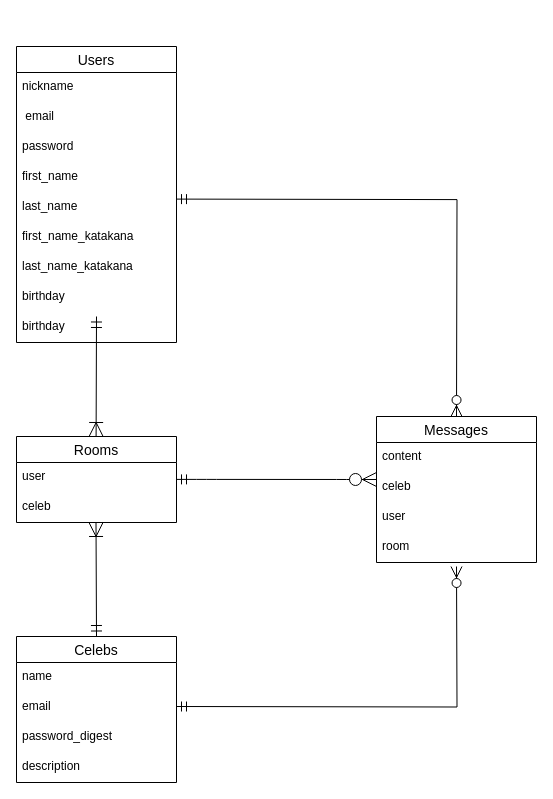
soma1999/myapp keeps this draw.io diagram as test.dio. Above is the earlier version. Source tidied: cells renumbered, new cells numbered last; positions are measured from the earlier drawing's top-left corner, leaving out a move shared by most shapes. Both pictures are drawn from the tidied source at 100%, with x=0, y=0 at pixel (16, 46).
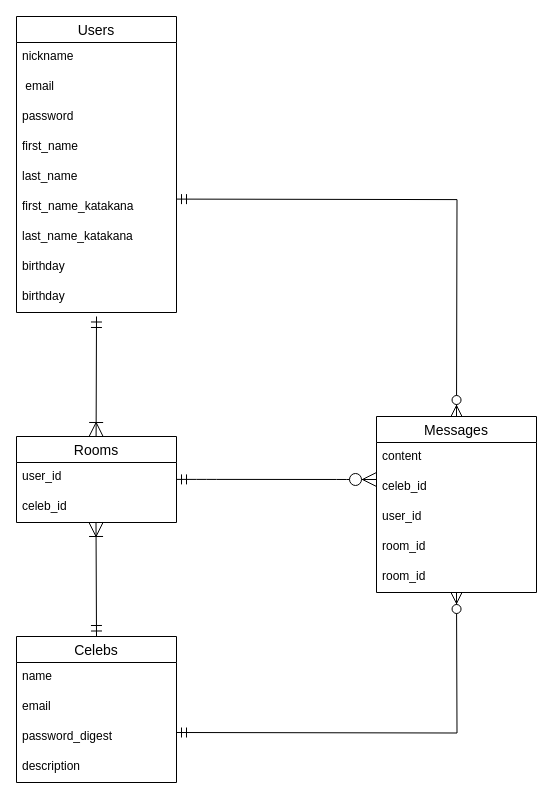
The same page after the edit.

Unchanged cells that the change refers to:
```xml
<mxCell id="2" value="Rooms" style="swimlane;fontStyle=0;horizontal=1;startSize=26;align=center;fontSize=14;" parent="1" vertex="1">
  <mxGeometry y="390" width="160" height="86" as="geometry" />
</mxCell>
```

Diff of the diagram source:
```diff
@@
-    <mxCell id="3" value="user" style="text;strokeColor=none;fillColor=none;spacingLeft=4;spacingRight=4;overflow=hidden;fontSize=12;" parent="2" vertex="1">
+    <mxCell id="3" value="user_id" style="text;strokeColor=none;fillColor=none;spacingLeft=4;spacingRight=4;overflow=hidden;fontSize=12;" parent="2" vertex="1">
       <mxGeometry y="26" width="160" height="30" as="geometry" />
     </mxCell>
-    <mxCell id="4" value="celeb" style="text;strokeColor=none;fillColor=none;spacingLeft=4;spacingRight=4;overflow=hidden;fontSize=12;" parent="2" vertex="1">
+    <mxCell id="4" value="celeb_id" style="text;strokeColor=none;fillColor=none;spacingLeft=4;spacingRight=4;overflow=hidden;fontSize=12;" parent="2" vertex="1">
       <mxGeometry y="56" width="160" height="30" as="geometry" />
     </mxCell>
     <mxCell id="5" value="Users" style="swimlane;fontStyle=0;horizontal=1;startSize=26;align=center;fontSize=14;" parent="1" vertex="1">
-      <mxGeometry width="160" height="296" as="geometry" />
+      <mxGeometry y="-30" width="160" height="296" as="geometry" />
     </mxCell>
@@
     <mxCell id="16" value="Messages" style="swimlane;fontStyle=0;horizontal=1;startSize=26;align=center;fontSize=14;" parent="1" vertex="1">
-      <mxGeometry x="360" y="370" width="160" height="146" as="geometry" />
+      <mxGeometry x="360" y="370" width="160" height="176" as="geometry" />
     </mxCell>
@@
-    <mxCell id="18" value="celeb" style="text;strokeColor=none;fillColor=none;spacingLeft=4;spacingRight=4;overflow=hidden;points=[[0,0.5],[1,0.5]];portConstraint=eastwest;fontSize=12;" parent="16" vertex="1">
+    <mxCell id="18" value="celeb_id" style="text;strokeColor=none;fillColor=none;spacingLeft=4;spacingRight=4;overflow=hidden;points=[[0,0.5],[1,0.5]];portConstraint=eastwest;fontSize=12;" parent="16" vertex="1">
       <mxGeometry y="56" width="160" height="30" as="geometry" />
     </mxCell>
-    <mxCell id="19" value="user" style="text;strokeColor=none;fillColor=none;spacingLeft=4;spacingRight=4;overflow=hidden;fontSize=12;" parent="16" vertex="1">
+    <mxCell id="19" value="user_id" style="text;strokeColor=none;fillColor=none;spacingLeft=4;spacingRight=4;overflow=hidden;fontSize=12;" parent="16" vertex="1">
       <mxGeometry y="86" width="160" height="30" as="geometry" />
     </mxCell>
-    <mxCell id="20" value="room" style="text;strokeColor=none;fillColor=none;spacingLeft=4;spacingRight=4;overflow=hidden;fontSize=12;" parent="16" vertex="1">
+    <mxCell id="20" value="room_id" style="text;strokeColor=none;fillColor=none;spacingLeft=4;spacingRight=4;overflow=hidden;fontSize=12;" parent="16" vertex="1">
       <mxGeometry y="116" width="160" height="30" as="geometry" />
     </mxCell>
+    <mxCell id="31" value="room_id" style="text;strokeColor=none;fillColor=none;spacingLeft=4;spacingRight=4;overflow=hidden;fontSize=12;" parent="16" vertex="1">
+      <mxGeometry y="146" width="160" height="30" as="geometry" />
+    </mxCell>
     <mxCell id="21" style="edgeStyle=orthogonalEdgeStyle;fontSize=12;html=1;endArrow=ERzeroToMany;startArrow=ERmandOne;elbow=vertical;endSize=9;rounded=0;endFill=1;jumpSize=6;startSize=8;" parent="1" edge="1">
       <mxGeometry relative="1" as="geometry">
-        <mxPoint x="160" y="660" as="sourcePoint" />
-        <mxPoint x="440" y="520" as="targetPoint" />
+        <mxPoint x="160" y="686" as="sourcePoint" />
+        <mxPoint x="440" y="546" as="targetPoint" />
       </mxGeometry>
     </mxCell>
```
